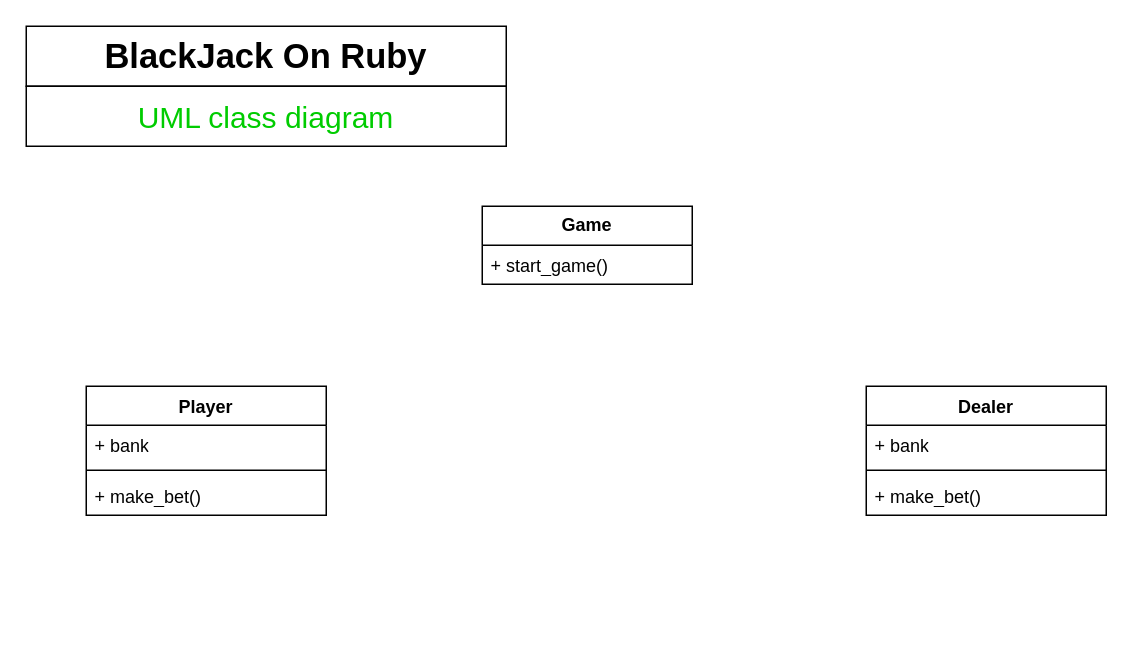
Above: page "UML class diagram" (1 of 2) of uml/uml.drawio in ssinelnik/BlackJack (draw.io), before the change. Source tidied: cells renumbered, new cells numbered last; positions are measured from the earlier drawing's top-left corner, leaving out a move shared by most shapes. Both pictures are drawn from the tidied source at 150%, with x=0, y=0 at pixel (26, 26).
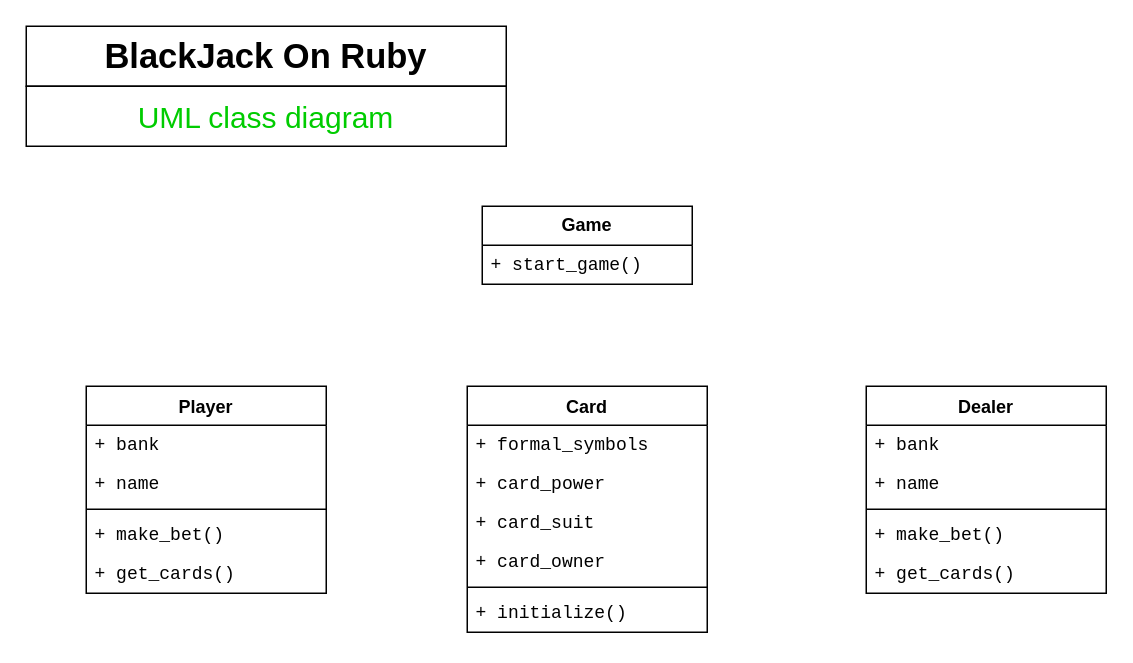
The same diagram, later.

Commit message (it also covers changes not shown here):
rename and add Cards class array

Unchanged cells that the change refers to:
```xml
<mxCell id="12" value="&lt;b&gt;Game&lt;/b&gt;" style="swimlane;fontStyle=0;horizontal=1;startSize=26;fillColor=none;whiteSpace=wrap;html=1;" parent="1" vertex="1">
  <mxGeometry x="304" y="120" width="140" height="52" as="geometry" />
</mxCell>
```

What changed in the source:
```diff
@@
     <mxCell id="2" value="Player" style="swimlane;fontStyle=1;align=center;verticalAlign=top;horizontal=1;startSize=26;whiteSpace=wrap;html=1;" parent="1" vertex="1">
-      <mxGeometry x="40" y="240" width="160" height="86" as="geometry" />
+      <mxGeometry x="40" y="240" width="160" height="138" as="geometry" />
     </mxCell>
-    <mxCell id="3" value="+ bank" style="text;strokeColor=none;fillColor=none;align=left;verticalAlign=top;spacingLeft=4;spacingRight=4;overflow=hidden;whiteSpace=wrap;html=1;" parent="2" vertex="1">
+    <mxCell id="3" value="+ bank" style="text;strokeColor=none;fillColor=none;align=left;verticalAlign=top;spacingLeft=4;spacingRight=4;overflow=hidden;whiteSpace=wrap;html=1;fontFamily=Courier New;" parent="2" vertex="1">
       <mxGeometry y="26" width="160" height="26" as="geometry" />
     </mxCell>
+    <mxCell id="14" value="+ name" style="text;strokeColor=none;fillColor=none;align=left;verticalAlign=top;spacingLeft=4;spacingRight=4;overflow=hidden;whiteSpace=wrap;html=1;fontFamily=Courier New;" parent="2" vertex="1">
+      <mxGeometry y="52" width="160" height="26" as="geometry" />
+    </mxCell>
     <mxCell id="4" style="line;strokeWidth=1;fillColor=none;align=left;verticalAlign=middle;spacingTop=-1;spacingLeft=3;spacingRight=3;labelPosition=right;strokeColor=inherit;" parent="2" vertex="1">
-      <mxGeometry y="52" width="160" height="8" as="geometry" />
+      <mxGeometry y="78" width="160" height="8" as="geometry" />
     </mxCell>
-    <mxCell id="5" value="+ make_bet()" style="text;strokeColor=none;fillColor=none;align=left;verticalAlign=top;spacingLeft=4;spacingRight=4;overflow=hidden;whiteSpace=wrap;html=1;" parent="2" vertex="1">
-      <mxGeometry y="60" width="160" height="26" as="geometry" />
+    <mxCell id="5" value="+ make_bet()" style="text;strokeColor=none;fillColor=none;align=left;verticalAlign=top;spacingLeft=4;spacingRight=4;overflow=hidden;whiteSpace=wrap;html=1;fontFamily=Courier New;" parent="2" vertex="1">
+      <mxGeometry y="86" width="160" height="26" as="geometry" />
     </mxCell>
+    <mxCell id="15" value="+ get_cards()" style="text;strokeColor=none;fillColor=none;align=left;verticalAlign=top;spacingLeft=4;spacingRight=4;overflow=hidden;whiteSpace=wrap;html=1;fontFamily=Courier New;" parent="2" vertex="1">
+      <mxGeometry y="112" width="160" height="26" as="geometry" />
+    </mxCell>
@@
     <mxCell id="7" value="Dealer" style="swimlane;fontStyle=1;align=center;verticalAlign=top;horizontal=1;startSize=26;whiteSpace=wrap;html=1;" parent="1" vertex="1">
-      <mxGeometry x="560" y="240" width="160" height="86" as="geometry" />
+      <mxGeometry x="560" y="240" width="160" height="138" as="geometry" />
     </mxCell>
-    <mxCell id="8" value="+ bank" style="text;strokeColor=none;fillColor=none;align=left;verticalAlign=top;spacingLeft=4;spacingRight=4;overflow=hidden;whiteSpace=wrap;html=1;" parent="7" vertex="1">
+    <mxCell id="8" value="+ bank" style="text;strokeColor=none;fillColor=none;align=left;verticalAlign=top;spacingLeft=4;spacingRight=4;overflow=hidden;whiteSpace=wrap;html=1;fontFamily=Courier New;" parent="7" vertex="1">
       <mxGeometry y="26" width="160" height="26" as="geometry" />
     </mxCell>
+    <mxCell id="16" value="+ name" style="text;strokeColor=none;fillColor=none;align=left;verticalAlign=top;spacingLeft=4;spacingRight=4;overflow=hidden;whiteSpace=wrap;html=1;fontFamily=Courier New;" parent="7" vertex="1">
+      <mxGeometry y="52" width="160" height="26" as="geometry" />
+    </mxCell>
     <mxCell id="9" style="line;strokeWidth=1;fillColor=none;align=left;verticalAlign=middle;spacingTop=-1;spacingLeft=3;spacingRight=3;labelPosition=right;strokeColor=inherit;" parent="7" vertex="1">
-      <mxGeometry y="52" width="160" height="8" as="geometry" />
+      <mxGeometry y="78" width="160" height="8" as="geometry" />
     </mxCell>
-    <mxCell id="10" value="+ make_bet()" style="text;strokeColor=none;fillColor=none;align=left;verticalAlign=top;spacingLeft=4;spacingRight=4;overflow=hidden;whiteSpace=wrap;html=1;" parent="7" vertex="1">
-      <mxGeometry y="60" width="160" height="26" as="geometry" />
+    <mxCell id="10" value="+ make_bet()" style="text;strokeColor=none;fillColor=none;align=left;verticalAlign=top;spacingLeft=4;spacingRight=4;overflow=hidden;whiteSpace=wrap;html=1;fontFamily=Courier New;" parent="7" vertex="1">
+      <mxGeometry y="86" width="160" height="26" as="geometry" />
     </mxCell>
+    <mxCell id="17" value="+ get_cards()" style="text;strokeColor=none;fillColor=none;align=left;verticalAlign=top;spacingLeft=4;spacingRight=4;overflow=hidden;whiteSpace=wrap;html=1;fontFamily=Courier New;" parent="7" vertex="1">
+      <mxGeometry y="112" width="160" height="26" as="geometry" />
+    </mxCell>
@@
-    <mxCell id="13" value="+ start_game()" style="text;strokeColor=none;fillColor=none;align=left;verticalAlign=top;spacingLeft=4;spacingRight=4;overflow=hidden;whiteSpace=wrap;html=1;" parent="12" vertex="1">
+    <mxCell id="13" value="+ start_game()" style="text;strokeColor=none;fillColor=none;align=left;verticalAlign=top;spacingLeft=4;spacingRight=4;overflow=hidden;whiteSpace=wrap;html=1;fontFamily=Courier New;" parent="12" vertex="1">
       <mxGeometry y="26" width="140" height="26" as="geometry" />
     </mxCell>
+    <mxCell id="18" value="Card" style="swimlane;fontStyle=1;align=center;verticalAlign=top;horizontal=1;startSize=26;whiteSpace=wrap;html=1;" parent="1" vertex="1">
+      <mxGeometry x="294" y="240" width="160" height="164" as="geometry" />
+    </mxCell>
+    <mxCell id="19" value="+ formal_symbols" style="text;strokeColor=none;fillColor=none;align=left;verticalAlign=top;spacingLeft=4;spacingRight=4;overflow=hidden;whiteSpace=wrap;html=1;fontFamily=Courier New;" parent="18" vertex="1">
+      <mxGeometry y="26" width="160" height="26" as="geometry" />
+    </mxCell>
+    <mxCell id="20" value="+ card_power" style="text;strokeColor=none;fillColor=none;align=left;verticalAlign=top;spacingLeft=4;spacingRight=4;overflow=hidden;whiteSpace=wrap;html=1;fontFamily=Courier New;" parent="18" vertex="1">
+      <mxGeometry y="52" width="160" height="26" as="geometry" />
+    </mxCell>
+    <mxCell id="21" value="+ card_suit" style="text;strokeColor=none;fillColor=none;align=left;verticalAlign=top;spacingLeft=4;spacingRight=4;overflow=hidden;whiteSpace=wrap;html=1;fontFamily=Courier New;" parent="18" vertex="1">
+      <mxGeometry y="78" width="160" height="26" as="geometry" />
+    </mxCell>
+    <mxCell id="22" value="+ card_owner" style="text;strokeColor=none;fillColor=none;align=left;verticalAlign=top;spacingLeft=4;spacingRight=4;overflow=hidden;whiteSpace=wrap;html=1;fontFamily=Courier New;" parent="18" vertex="1">
+      <mxGeometry y="104" width="160" height="26" as="geometry" />
+    </mxCell>
+    <mxCell id="23" style="line;strokeWidth=1;fillColor=none;align=left;verticalAlign=middle;spacingTop=-1;spacingLeft=3;spacingRight=3;labelPosition=right;strokeColor=inherit;" parent="18" vertex="1">
+      <mxGeometry y="130" width="160" height="8" as="geometry" />
+    </mxCell>
+    <mxCell id="24" value="+ initialize()" style="text;strokeColor=none;fillColor=none;align=left;verticalAlign=top;spacingLeft=4;spacingRight=4;overflow=hidden;whiteSpace=wrap;html=1;fontFamily=Courier New;" parent="18" vertex="1">
+      <mxGeometry y="138" width="160" height="26" as="geometry" />
+    </mxCell>
```
